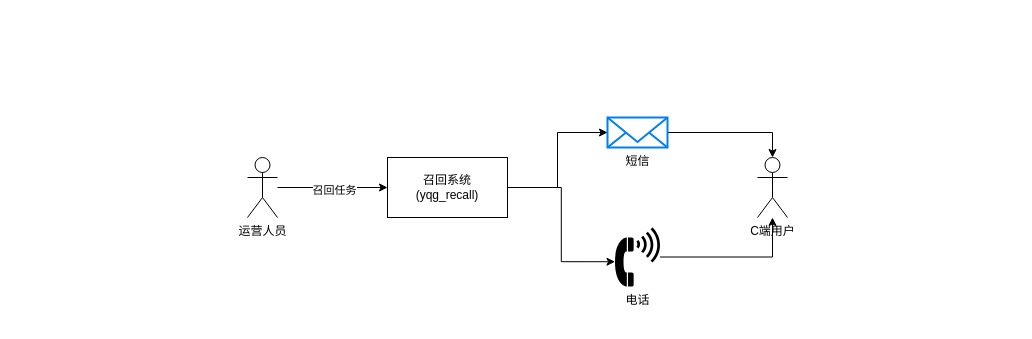
Above: page "系统&角色&UI关系图" (1 of 4) of 召回系统-业务架构.drawio in ABIN-DS/flowchart (draw.io), before the change. Source tidied: cells renumbered, new cells numbered last; positions are measured from the earlier drawing's top-left corner, leaving out a move shared by most shapes. Both pictures are drawn from the tidied source at 100%, with x=0, y=0 at pixel (247, 117).
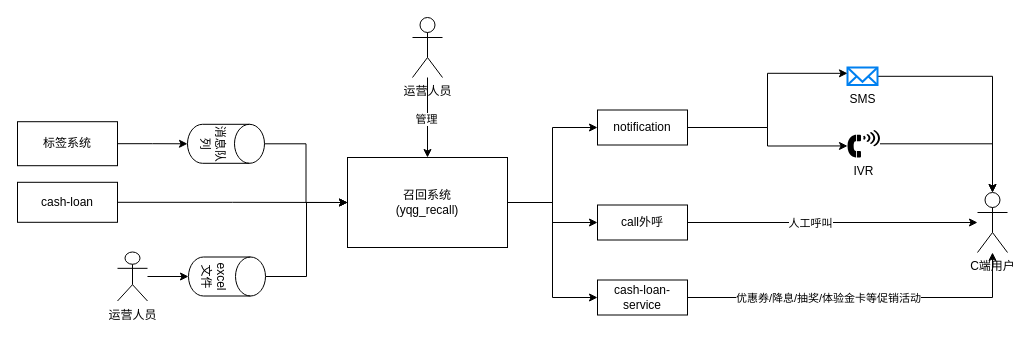
Above is the later version.

Change to the diagram source:
```diff
@@
     <mxCell id="2" value="C端用户" style="shape=umlActor;verticalLabelPosition=bottom;verticalAlign=top;html=1;outlineConnect=0;" parent="1" vertex="1">
-      <mxGeometry x="510" y="40" width="30" height="60" as="geometry" />
+      <mxGeometry x="730" y="75" width="30" height="60" as="geometry" />
     </mxCell>
@@
-    <mxCell id="4" value="短信" style="html=1;verticalLabelPosition=bottom;align=center;labelBackgroundColor=#ffffff;verticalAlign=top;strokeWidth=2;strokeColor=#0080F0;shadow=0;dashed=0;shape=mxgraph.ios7.icons.mail;" parent="1" vertex="1">
-      <mxGeometry x="360" width="60" height="30" as="geometry" />
+    <mxCell id="4" value="SMS" style="html=1;verticalLabelPosition=bottom;align=center;labelBackgroundColor=#ffffff;verticalAlign=top;strokeWidth=2;strokeColor=#0080F0;shadow=0;dashed=0;shape=mxgraph.ios7.icons.mail;" parent="1" vertex="1">
+      <mxGeometry x="600" y="-50" width="30" height="17.5" as="geometry" />
     </mxCell>
@@
-    <mxCell id="6" value="电话" style="shape=mxgraph.signs.tech.telephone_4;html=1;fillColor=#000000;strokeColor=none;verticalLabelPosition=bottom;verticalAlign=top;align=center;" parent="1" vertex="1">
-      <mxGeometry x="367.5" y="110" width="45" height="59" as="geometry" />
+    <mxCell id="6" value="IVR" style="shape=mxgraph.signs.tech.telephone_4;html=1;fillColor=#000000;strokeColor=none;verticalLabelPosition=bottom;verticalAlign=top;align=center;" parent="1" vertex="1">
+      <mxGeometry x="600" y="12.5" width="32.5" height="27.5" as="geometry" />
     </mxCell>
+    <mxCell id="13" style="edgeStyle=orthogonalEdgeStyle;rounded=0;jettySize=auto;html=1;entryX=0;entryY=0.5;entryDx=0;entryDy=0;" parent="1" edge="1" source="7" target="18">
+      <mxGeometry relative="1" as="geometry" />
+    </mxCell>
+    <mxCell id="14" style="edgeStyle=orthogonalEdgeStyle;rounded=0;jettySize=auto;html=1;entryX=0;entryY=0.5;entryDx=0;entryDy=0;" parent="1" edge="1" source="7" target="21">
+      <mxGeometry relative="1" as="geometry" />
+    </mxCell>
+    <mxCell id="15" style="edgeStyle=orthogonalEdgeStyle;rounded=0;jettySize=auto;html=1;entryX=0;entryY=0.5;entryDx=0;entryDy=0;" parent="1" edge="1" source="7" target="24">
+      <mxGeometry relative="1" as="geometry" />
+    </mxCell>
     <mxCell id="7" value="召回系统&lt;br&gt;(yqg_recall)" style="rounded=0;whiteSpace=wrap;html=1;" parent="1" vertex="1">
-      <mxGeometry x="140" y="40" width="120" height="60" as="geometry" />
+      <mxGeometry x="100" y="40" width="160" height="90" as="geometry" />
     </mxCell>
-    <mxCell id="8" style="edgeStyle=orthogonalEdgeStyle;rounded=0;jettySize=auto;html=1;entryX=0;entryY=0.5;entryDx=0;entryDy=0;" parent="1" edge="1" source="10" target="7">
+    <mxCell id="8" style="edgeStyle=orthogonalEdgeStyle;rounded=0;jettySize=auto;html=1;entryX=0.5;entryY=0;entryDx=0;entryDy=0;" parent="1" edge="1" source="10" target="7">
       <mxGeometry relative="1" as="geometry" />
     </mxCell>
-    <mxCell id="9" value="召回任务" style="edgeLabel;html=1;align=center;verticalAlign=middle;" parent="8" vertex="1">
+    <mxCell id="9" value="管理" style="edgeLabel;html=1;align=center;verticalAlign=middle;" parent="8" vertex="1">
       <mxGeometry x="0.02" y="-2" relative="1" as="geometry" />
     </mxCell>
     <mxCell id="10" value="运营人员" style="shape=umlActor;verticalLabelPosition=bottom;verticalAlign=top;html=1;outlineConnect=0;" parent="1" vertex="1">
-      <mxGeometry y="40" width="30" height="60" as="geometry" />
+      <mxGeometry x="165" y="-100" width="30" height="60" as="geometry" />
     </mxCell>
-    <mxCell id="11" style="edgeStyle=orthogonalEdgeStyle;rounded=0;jettySize=auto;html=1;entryX=0;entryY=0.5;entryDx=0;entryDy=0;entryPerimeter=0;exitX=1;exitY=0.5;exitDx=0;exitDy=0;" parent="1" edge="1" source="7" target="4">
-      <mxGeometry relative="1" as="geometry">
-        <Array as="points">
-          <mxPoint x="310" y="70" />
-          <mxPoint x="310" y="15" />
-        </Array>
-      </mxGeometry>
-    </mxCell>
-    <mxCell id="12" style="edgeStyle=orthogonalEdgeStyle;rounded=0;jettySize=auto;html=1;entryX=0;entryY=0.58;entryDx=0;entryDy=0;entryPerimeter=0;exitX=1;exitY=0.5;exitDx=0;exitDy=0;" parent="1" edge="1" source="7" target="6">
-      <mxGeometry relative="1" as="geometry" />
-    </mxCell>
+    <mxCell id="16" style="edgeStyle=orthogonalEdgeStyle;rounded=0;jettySize=auto;html=1;" parent="1" edge="1" source="18" target="2">
+      <mxGeometry relative="1" as="geometry" />
+    </mxCell>
+    <mxCell id="17" value="人工呼叫" style="edgeLabel;html=1;align=center;verticalAlign=middle;" parent="16" vertex="1">
+      <mxGeometry x="-0.16" relative="1" as="geometry" />
+    </mxCell>
+    <mxCell id="18" value="call外呼" style="rounded=0;whiteSpace=wrap;html=1;" parent="1" vertex="1">
+      <mxGeometry x="350" y="87.5" width="90" height="35" as="geometry" />
+    </mxCell>
+    <mxCell id="19" style="edgeStyle=orthogonalEdgeStyle;rounded=0;jettySize=auto;html=1;" parent="1" edge="1" source="21" target="2">
+      <mxGeometry relative="1" as="geometry" />
+    </mxCell>
+    <mxCell id="20" value="优惠券/降息/抽奖/体验金卡等促销活动" style="edgeLabel;html=1;align=center;verticalAlign=middle;" parent="19" vertex="1">
+      <mxGeometry x="-0.26" y="1" relative="1" as="geometry">
+        <mxPoint x="10" y="1" as="offset" />
+      </mxGeometry>
+    </mxCell>
+    <mxCell id="21" value="cash-loan-service" style="rounded=0;whiteSpace=wrap;html=1;" parent="1" vertex="1">
+      <mxGeometry x="350" y="162.5" width="90" height="35" as="geometry" />
+    </mxCell>
+    <mxCell id="22" style="edgeStyle=orthogonalEdgeStyle;rounded=0;jettySize=auto;html=1;entryX=0;entryY=0.333;entryDx=0;entryDy=0;entryPerimeter=0;" parent="1" edge="1" source="24" target="4">
+      <mxGeometry relative="1" as="geometry" />
+    </mxCell>
+    <mxCell id="23" style="edgeStyle=orthogonalEdgeStyle;rounded=0;jettySize=auto;html=1;entryX=0;entryY=0.58;entryDx=0;entryDy=0;entryPerimeter=0;" parent="1" edge="1" source="24" target="6">
+      <mxGeometry relative="1" as="geometry" />
+    </mxCell>
+    <mxCell id="24" value="notification" style="rounded=0;whiteSpace=wrap;html=1;" parent="1" vertex="1">
+      <mxGeometry x="350" y="-7.5" width="90" height="35" as="geometry" />
+    </mxCell>
+    <mxCell id="25" style="edgeStyle=orthogonalEdgeStyle;rounded=0;jettySize=auto;html=1;entryX=0.5;entryY=1;entryDx=0;entryDy=0;entryPerimeter=0;" parent="1" edge="1" source="26" target="28">
+      <mxGeometry relative="1" as="geometry" />
+    </mxCell>
+    <mxCell id="26" value="标签系统" style="rounded=0;whiteSpace=wrap;html=1;" parent="1" vertex="1">
+      <mxGeometry x="-230" y="4.2" width="100" height="44" as="geometry" />
+    </mxCell>
+    <mxCell id="27" style="edgeStyle=orthogonalEdgeStyle;rounded=0;jettySize=auto;html=1;entryX=0;entryY=0.5;entryDx=0;entryDy=0;" parent="1" edge="1" source="28" target="7">
+      <mxGeometry relative="1" as="geometry" />
+    </mxCell>
+    <mxCell id="28" value="消息队列" style="shape=cylinder3;whiteSpace=wrap;html=1;boundedLbl=1;backgroundOutline=1;size=15;rotation=90;" parent="1" vertex="1">
+      <mxGeometry x="-41" y="-12.2" width="39" height="77" as="geometry" />
+    </mxCell>
+    <mxCell id="29" style="edgeStyle=orthogonalEdgeStyle;rounded=0;jettySize=auto;html=1;entryX=0;entryY=0.5;entryDx=0;entryDy=0;" parent="1" edge="1" source="30" target="7">
+      <mxGeometry relative="1" as="geometry" />
+    </mxCell>
+    <mxCell id="30" value="cash-loan" style="rounded=0;whiteSpace=wrap;html=1;" parent="1" vertex="1">
+      <mxGeometry x="-230" y="64.8" width="100" height="40" as="geometry" />
+    </mxCell>
+    <mxCell id="31" style="edgeStyle=orthogonalEdgeStyle;rounded=0;jettySize=auto;html=1;" parent="1" edge="1" source="32" target="34">
+      <mxGeometry relative="1" as="geometry" />
+    </mxCell>
+    <mxCell id="32" value="运营人员" style="shape=umlActor;verticalLabelPosition=bottom;verticalAlign=top;html=1;outlineConnect=0;" parent="1" vertex="1">
+      <mxGeometry x="-130" y="134.5" width="30" height="49" as="geometry" />
+    </mxCell>
+    <mxCell id="33" style="edgeStyle=orthogonalEdgeStyle;rounded=0;jettySize=auto;html=1;entryX=0;entryY=0.5;entryDx=0;entryDy=0;" parent="1" edge="1" source="34" target="7">
+      <mxGeometry relative="1" as="geometry" />
+    </mxCell>
+    <mxCell id="34" value="excel文件" style="shape=cylinder3;whiteSpace=wrap;html=1;boundedLbl=1;backgroundOutline=1;size=15;rotation=90;" parent="1" vertex="1">
+      <mxGeometry x="-40" y="120.5" width="39" height="77" as="geometry" />
+    </mxCell>
```
